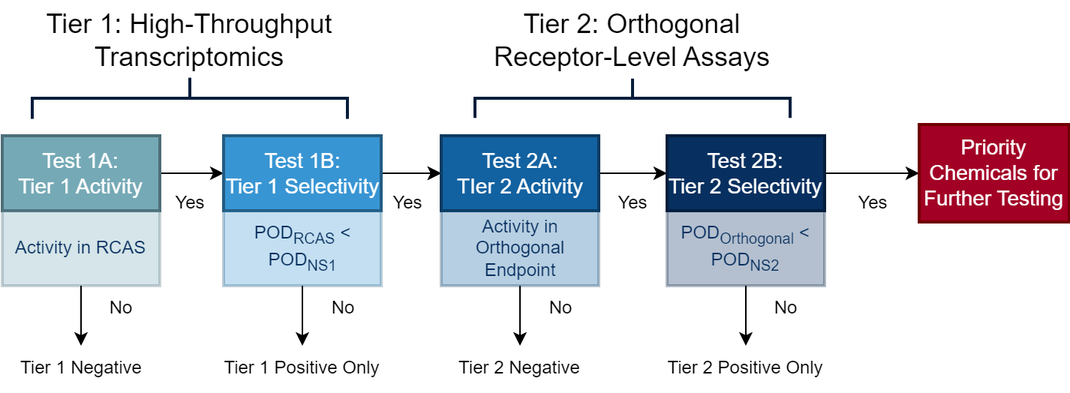
Above: vignettes/Fig2A_detail.png in USEPA/CompTox-HTTr-RCAS (draw.io), before the change. Source tidied: cells renumbered, new cells last; positions are measured from the earlier drawing's top-left corner, leaving out a move shared by most shapes.
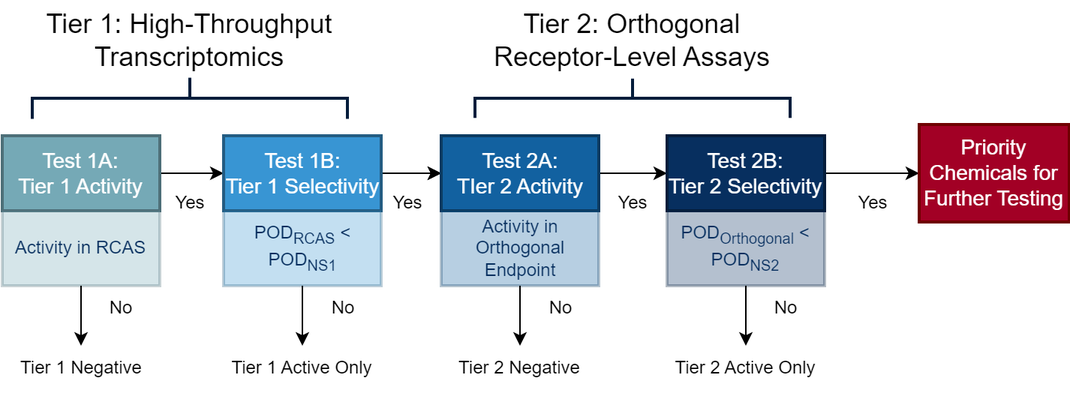
After the change.

Commit message:
updated terminology: positive -> active

Diff of the diagram source:
```diff
@@ -83,7 +83,7 @@
     <mxCell id="28" value="Yes" style="rounded=0;whiteSpace=wrap;html=1;fillColor=none;strokeColor=none;strokeWidth=2;fontColor=#000000;" parent="24" vertex="1">
       <mxGeometry x="92.5" y="30" width="61" height="30" as="geometry" />
     </mxCell>
-    <mxCell id="29" value="Tier 1 Positive Only" style="rounded=0;whiteSpace=wrap;html=1;fillColor=none;strokeColor=none;strokeWidth=2;fontColor=#000000;" parent="23" vertex="1">
+    <mxCell id="29" value="Tier 1 Active Only" style="rounded=0;whiteSpace=wrap;html=1;fillColor=none;strokeColor=none;strokeWidth=2;fontColor=#000000;" parent="23" vertex="1">
       <mxGeometry y="140" width="120" height="30" as="geometry" />
     </mxCell>
     <mxCell id="30" style="html=1;strokeColor=#000000;exitX=0.5;exitY=1;exitDx=0;exitDy=0;entryX=0.5;entryY=0;entryDx=0;entryDy=0;" parent="23" edge="1" source="26" target="29">
@@ -128,7 +128,7 @@
     <mxCell id="43" value="Yes" style="rounded=0;whiteSpace=wrap;html=1;fillColor=none;strokeColor=none;strokeWidth=2;fontColor=#000000;" parent="39" vertex="1">
       <mxGeometry x="107" y="30" width="61" height="30" as="geometry" />
     </mxCell>
-    <mxCell id="44" value="Tier 2 Positive Only" style="rounded=0;whiteSpace=wrap;html=1;fillColor=none;strokeColor=none;strokeWidth=2;fontColor=#000000;" parent="38" vertex="1">
+    <mxCell id="44" value="Tier 2 Active Only" style="rounded=0;whiteSpace=wrap;html=1;fillColor=none;strokeColor=none;strokeWidth=2;fontColor=#000000;" parent="38" vertex="1">
       <mxGeometry y="140" width="111" height="30" as="geometry" />
     </mxCell>
     <mxCell id="45" style="html=1;strokeColor=#000000;exitX=0.5;exitY=1;exitDx=0;exitDy=0;entryX=0.5;entryY=0;entryDx=0;entryDy=0;" parent="38" edge="1" source="41" target="44">
```
